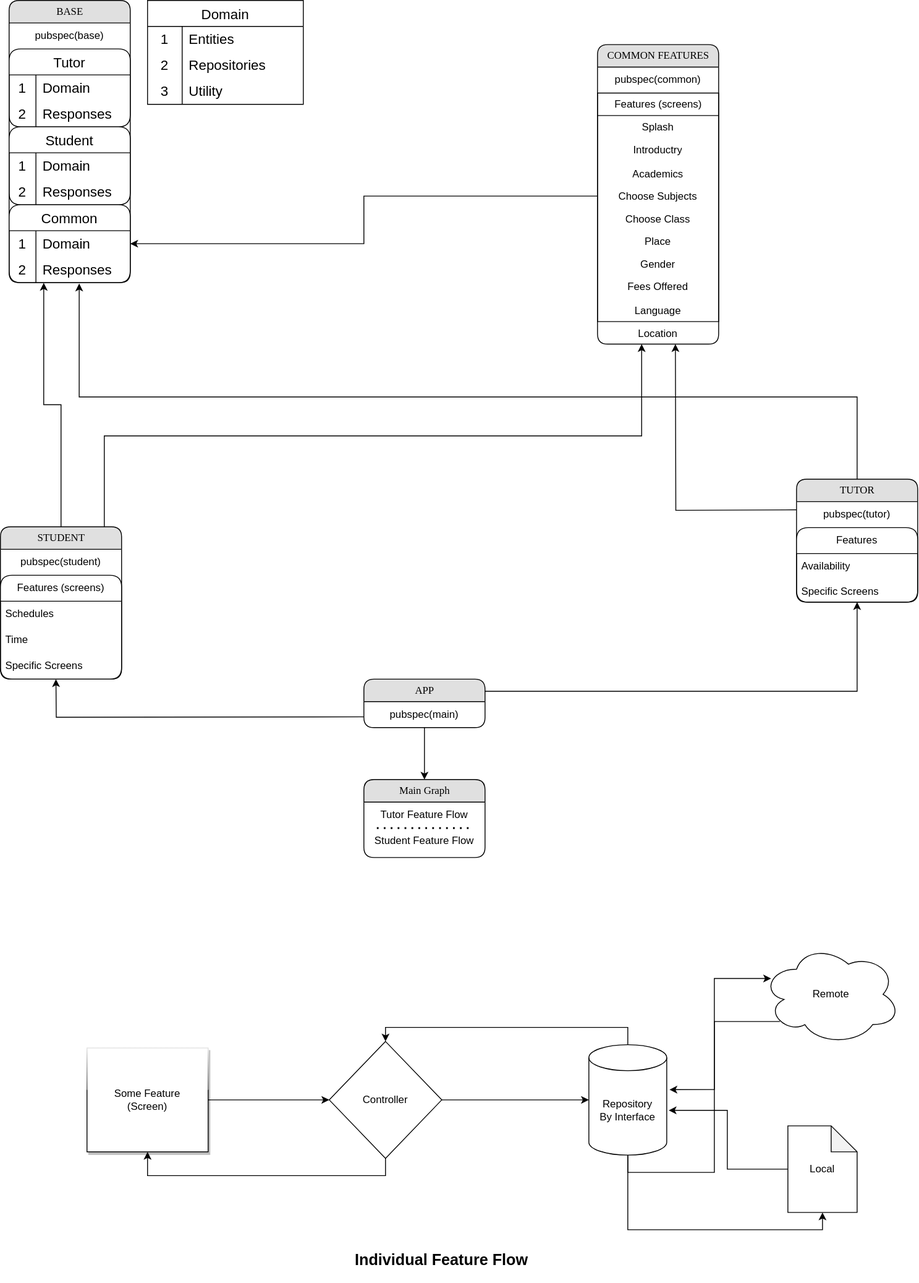
Before: tutor_student_app_architechture.drawio.svg, a diagram exported from draw.io (rohit7823/web_socket_example). Source tidied: cells renumbered, new cells last; positions are measured from the earlier drawing's top-left corner, leaving out a move shared by most shapes.
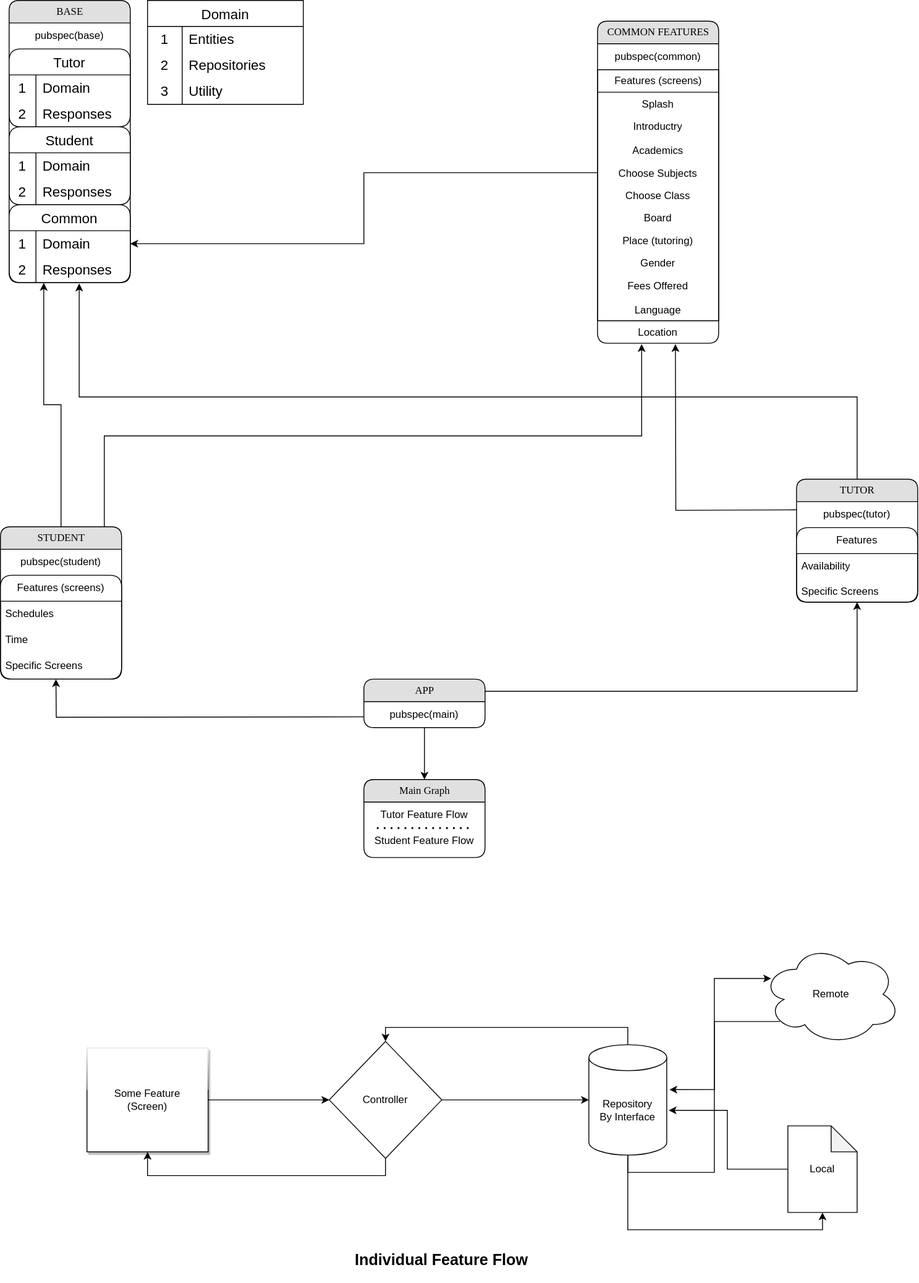
The same file after the commit.

Diff of the diagram source:
```diff
@@ -51,13 +51,13 @@
       <mxGeometry y="90" width="140" height="30" as="geometry" />
     </mxCell>
     <mxCell id="16" value="COMMON FEATURES" style="swimlane;html=1;fontStyle=0;horizontal=1;startSize=26;fillColor=#e0e0e0;swimlaneFillColor=#ffffff;align=center;rounded=1;shadow=0;comic=0;labelBackgroundColor=none;strokeWidth=1;fontFamily=Verdana;fontSize=12;" parent="1" vertex="1">
-      <mxGeometry x="690" y="51" width="140" height="346" as="geometry" />
+      <mxGeometry x="690" y="24" width="140" height="372" as="geometry" />
     </mxCell>
     <mxCell id="17" value="pubspec(common)" style="text;html=1;strokeColor=none;fillColor=none;align=center;verticalAlign=middle;whiteSpace=wrap;rounded=0;" parent="16" vertex="1">
       <mxGeometry y="26" width="140" height="30" as="geometry" />
     </mxCell>
     <mxCell id="18" value="Features (screens)" style="swimlane;fontStyle=0;horizontal=1;startSize=26;fillColor=none;html=1;" parent="16" vertex="1">
-      <mxGeometry y="56" width="140" height="264" as="geometry" />
+      <mxGeometry y="56" width="140" height="290" as="geometry" />
     </mxCell>
     <mxCell id="19" value="Splash" style="text;strokeColor=none;fillColor=none;align=center;verticalAlign=top;spacingLeft=4;spacingRight=4;overflow=hidden;whiteSpace=wrap;html=1;" parent="18" vertex="1">
       <mxGeometry y="26" width="140" height="26" as="geometry" />
@@ -74,20 +74,23 @@
     <mxCell id="23" value="Choose Class" style="text;strokeColor=none;fillColor=none;align=center;verticalAlign=top;spacingLeft=4;spacingRight=4;overflow=hidden;whiteSpace=wrap;html=1;" parent="18" vertex="1">
       <mxGeometry y="132" width="140" height="26" as="geometry" />
     </mxCell>
+    <mxCell id="87" value="Board" style="text;strokeColor=none;fillColor=none;align=center;verticalAlign=top;spacingLeft=4;spacingRight=4;overflow=hidden;whiteSpace=wrap;html=1;" parent="18" vertex="1">
+      <mxGeometry y="158" width="140" height="26" as="geometry" />
+    </mxCell>
-    <mxCell id="24" value="Place" style="text;strokeColor=none;fillColor=none;align=center;verticalAlign=top;spacingLeft=4;spacingRight=4;overflow=hidden;whiteSpace=wrap;html=1;" parent="18" vertex="1">
-      <mxGeometry y="158" width="140" height="26" as="geometry" />
+    <mxCell id="24" value="Place (tutoring)" style="text;strokeColor=none;fillColor=none;align=center;verticalAlign=top;spacingLeft=4;spacingRight=4;overflow=hidden;whiteSpace=wrap;html=1;" parent="18" vertex="1">
+      <mxGeometry y="184" width="140" height="26" as="geometry" />
     </mxCell>
     <mxCell id="25" value="Gender" style="text;strokeColor=none;fillColor=none;align=center;verticalAlign=top;spacingLeft=4;spacingRight=4;overflow=hidden;whiteSpace=wrap;html=1;" parent="18" vertex="1">
-      <mxGeometry y="184" width="140" height="26" as="geometry" />
+      <mxGeometry y="210" width="140" height="26" as="geometry" />
     </mxCell>
     <mxCell id="26" value="Fees Offered" style="text;strokeColor=none;fillColor=none;align=center;verticalAlign=top;spacingLeft=4;spacingRight=4;overflow=hidden;whiteSpace=wrap;html=1;" parent="18" vertex="1">
-      <mxGeometry y="210" width="140" height="28" as="geometry" />
+      <mxGeometry y="236" width="140" height="28" as="geometry" />
     </mxCell>
     <mxCell id="27" value="Language" style="text;strokeColor=none;fillColor=none;align=center;verticalAlign=top;spacingLeft=4;spacingRight=4;overflow=hidden;whiteSpace=wrap;html=1;" parent="18" vertex="1">
-      <mxGeometry y="238" width="140" height="26" as="geometry" />
+      <mxGeometry y="264" width="140" height="26" as="geometry" />
     </mxCell>
     <mxCell id="28" value="Location" style="text;strokeColor=none;fillColor=none;align=center;verticalAlign=top;spacingLeft=4;spacingRight=4;overflow=hidden;whiteSpace=wrap;html=1;" parent="16" vertex="1">
-      <mxGeometry y="320" width="140" height="26" as="geometry" />
+      <mxGeometry y="346" width="140" height="26" as="geometry" />
     </mxCell>
     <mxCell id="29" style="edgeStyle=orthogonalEdgeStyle;rounded=0;orthogonalLoop=1;jettySize=auto;html=1;exitX=0.5;exitY=0;exitDx=0;exitDy=0;" parent="1" edge="1">
       <mxGeometry relative="1" as="geometry">
```
